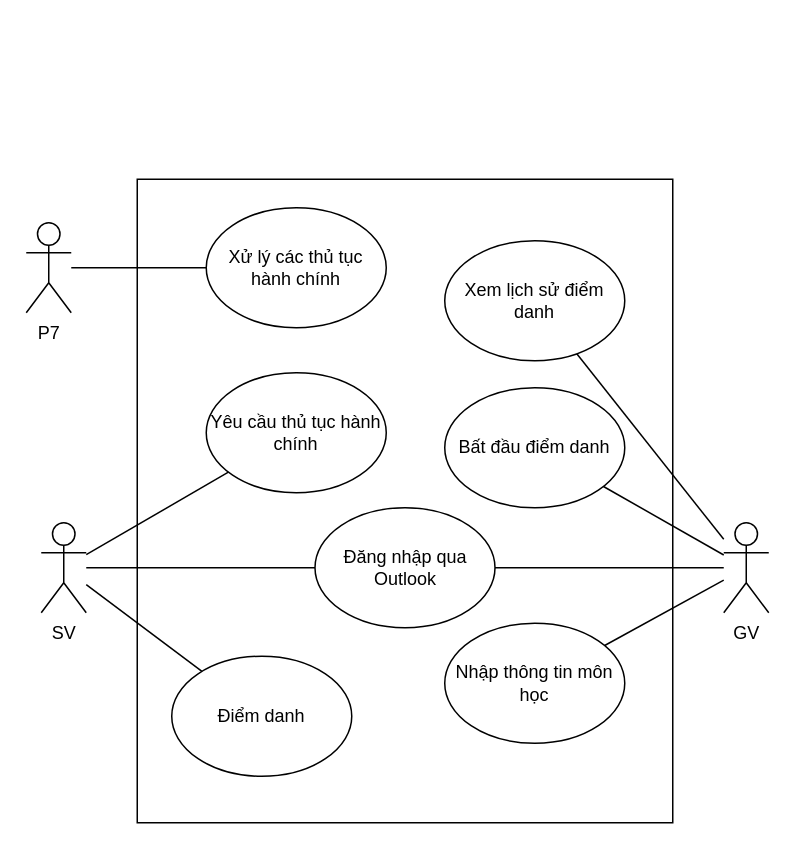
Before: docs/diagram.drawio in realShinchoku/DDHC, a draw.io diagram. Source tidied: cells renumbered, new cells numbered last; positions are measured from the earlier drawing's top-left corner, leaving out a move shared by most shapes. Both pictures are drawn from the tidied source at 150%, with x=0, y=0 at pixel (26, 178).
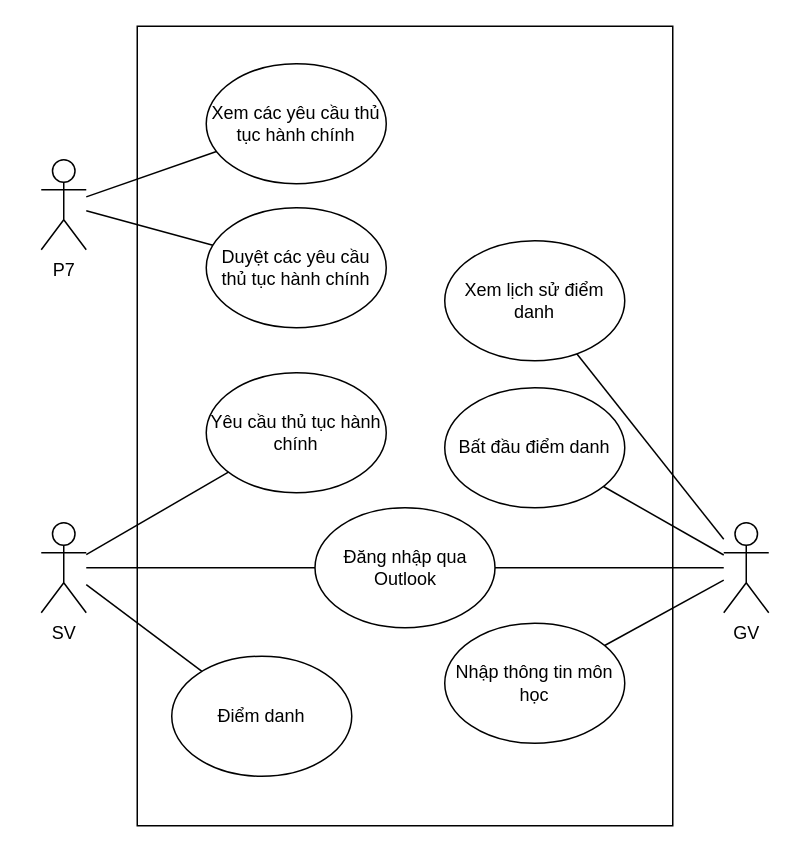
The same diagram, later.

What changed in the source:
```diff
@@
     <mxCell id="2" style="rounded=0;whiteSpace=wrap;html=1;" parent="1" vertex="1">
-      <mxGeometry x="74" width="357" height="429" as="geometry" />
+      <mxGeometry x="74" y="-102" width="357" height="533" as="geometry" />
     </mxCell>
@@
     <mxCell id="5" value="P7" style="shape=umlActor;verticalLabelPosition=bottom;verticalAlign=top;html=1;outlineConnect=0;" parent="1" vertex="1">
-      <mxGeometry y="29" width="30" height="60" as="geometry" />
+      <mxGeometry x="10" y="-13" width="30" height="60" as="geometry" />
     </mxCell>
@@
-    <mxCell id="13" value="Xử lý các thủ tục hành chính" style="ellipse;whiteSpace=wrap;html=1;" parent="1" vertex="1">
+    <mxCell id="13" value="Duyệt các yêu cầu thủ tục hành chính" style="ellipse;whiteSpace=wrap;html=1;" parent="1" vertex="1">
       <mxGeometry x="120" y="19" width="120" height="80" as="geometry" />
     </mxCell>
@@
+    <mxCell id="21" value="Xem các yêu cầu thủ tục hành chính" style="ellipse;whiteSpace=wrap;html=1;" parent="1" vertex="1">
+      <mxGeometry x="120" y="-77" width="120" height="80" as="geometry" />
+    </mxCell>
+    <mxCell id="22" style="endArrow=none;html=1;rounded=0;" parent="1" edge="1" source="5" target="21">
+      <mxGeometry relative="1" as="geometry" />
+    </mxCell>
```
